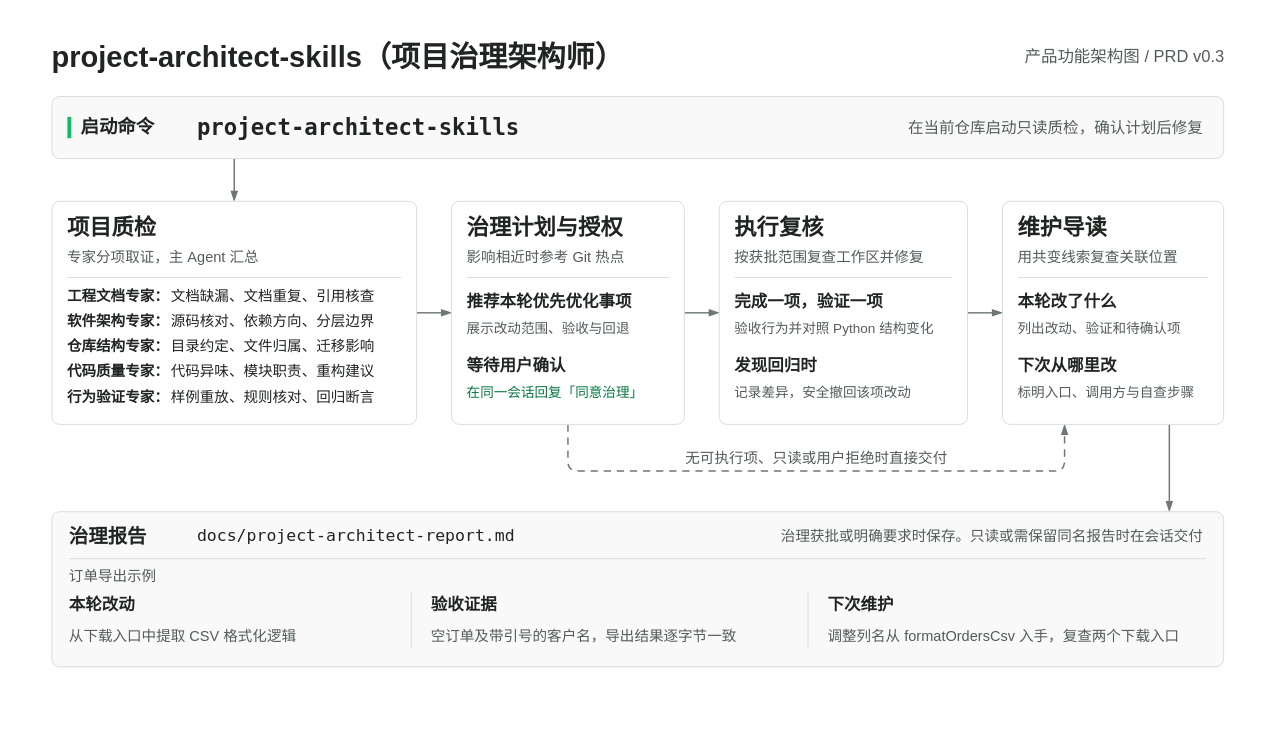
Earlier version of the draw.io diagram docs/diagrams/product-functional-architecture.drawio (cabbage2000-lab/project-architect-skills). Source tidied: cells renumbered, new cells numbered last; positions are measured from the earlier drawing's top-left corner, leaving out a move shared by most shapes. Both pictures are drawn from the tidied source at 97%, with x=0, y=0 at pixel (16, 16).
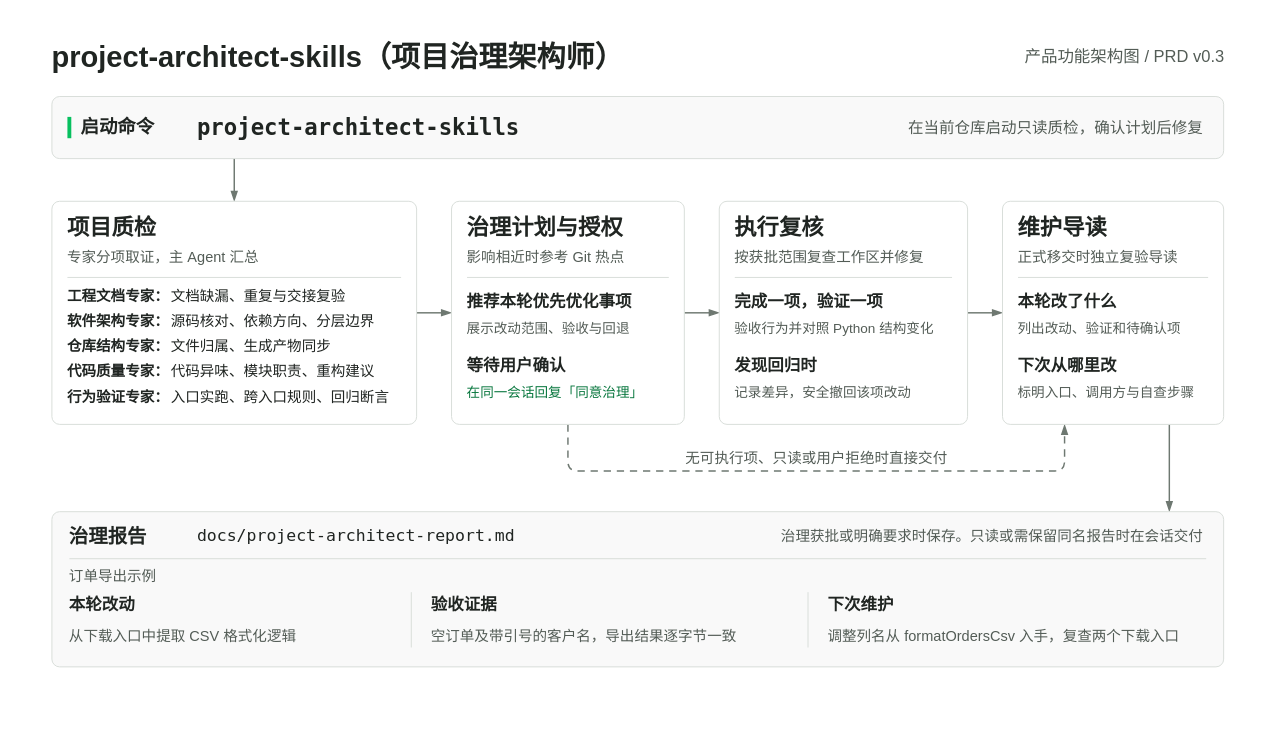
After the change.

Unchanged cells that the change refers to:
```xml
<mxCell id="16" style="rounded=1;absoluteArcSize=1;arcSize=16;strokeWidth=1;html=1;fillColor=#FFFFFF;strokeColor=#D8DDD9;" parent="2" vertex="1">
  <mxGeometry x="36" y="190" width="376" height="230" as="geometry" />
</mxCell>
<mxCell id="46" style="rounded=1;absoluteArcSize=1;arcSize=16;strokeWidth=1;html=1;fillColor=#FFFFFF;strokeColor=#D8DDD9;" parent="2" vertex="1">
  <mxGeometry x="1016" y="190" width="228" height="230" as="geometry" />
</mxCell>
```

Change to the diagram source:
```diff
@@
-    <mxCell id="21" value="文档缺漏、文档重复、引用核查" style="text;html=1;whiteSpace=nowrap;fillColor=none;strokeColor=none;fontFamily=PingFang SC;fontSize=15;fontColor=#202522;fontStyle=0;align=left;verticalAlign=middle;spacing=0;spacingTop=0;spacingBottom=0;spacingLeft=0;spacingRight=0;" parent="16" vertex="1">
+    <mxCell id="21" value="文档缺漏、重复与交接复验" style="text;html=1;whiteSpace=nowrap;fillColor=none;strokeColor=none;fontFamily=PingFang SC;fontSize=15;fontColor=#202522;fontStyle=0;align=left;verticalAlign=middle;spacing=0;spacingTop=0;spacingBottom=0;spacingLeft=0;spacingRight=0;" parent="16" vertex="1">
       <mxGeometry x="123" y="85" width="241" height="23" as="geometry" />
     </mxCell>
@@
-    <mxCell id="25" value="目录约定、文件归属、迁移影响" style="text;html=1;whiteSpace=nowrap;fillColor=none;strokeColor=none;fontFamily=PingFang SC;fontSize=15;fontColor=#202522;fontStyle=0;align=left;verticalAlign=middle;spacing=0;spacingTop=0;spacingBottom=0;spacingLeft=0;spacingRight=0;" parent="16" vertex="1">
+    <mxCell id="25" value="文件归属、生成产物同步" style="text;html=1;whiteSpace=nowrap;fillColor=none;strokeColor=none;fontFamily=PingFang SC;fontSize=15;fontColor=#202522;fontStyle=0;align=left;verticalAlign=middle;spacing=0;spacingTop=0;spacingBottom=0;spacingLeft=0;spacingRight=0;" parent="16" vertex="1">
       <mxGeometry x="123" y="137" width="241" height="23" as="geometry" />
     </mxCell>
@@
-    <mxCell id="29" value="样例重放、规则核对、回归断言" style="text;html=1;whiteSpace=nowrap;fillColor=none;strokeColor=none;fontFamily=PingFang SC;fontSize=15;fontColor=#202522;fontStyle=0;align=left;verticalAlign=middle;spacing=0;spacingTop=0;spacingBottom=0;spacingLeft=0;spacingRight=0;" parent="16" vertex="1">
+    <mxCell id="29" value="入口实跑、跨入口规则、回归断言" style="text;html=1;whiteSpace=nowrap;fillColor=none;strokeColor=none;fontFamily=PingFang SC;fontSize=15;fontColor=#202522;fontStyle=0;align=left;verticalAlign=middle;spacing=0;spacingTop=0;spacingBottom=0;spacingLeft=0;spacingRight=0;" parent="16" vertex="1">
       <mxGeometry x="123" y="189" width="241" height="23" as="geometry" />
     </mxCell>
@@
-    <mxCell id="48" value="用共变线索复查关联位置" style="text;html=1;whiteSpace=nowrap;fillColor=none;strokeColor=none;fontFamily=PingFang SC;fontSize=15;fontColor=#535C56;fontStyle=0;align=left;verticalAlign=middle;spacing=0;spacingTop=0;spacingBottom=0;spacingLeft=0;spacingRight=0;" parent="46" vertex="1">
+    <mxCell id="48" value="正式移交时独立复验导读" style="text;html=1;whiteSpace=nowrap;fillColor=none;strokeColor=none;fontFamily=PingFang SC;fontSize=15;fontColor=#535C56;fontStyle=0;align=left;verticalAlign=middle;spacing=0;spacingTop=0;spacingBottom=0;spacingLeft=0;spacingRight=0;" parent="46" vertex="1">
       <mxGeometry x="16" y="46" width="196" height="22" as="geometry" />
     </mxCell>
```
